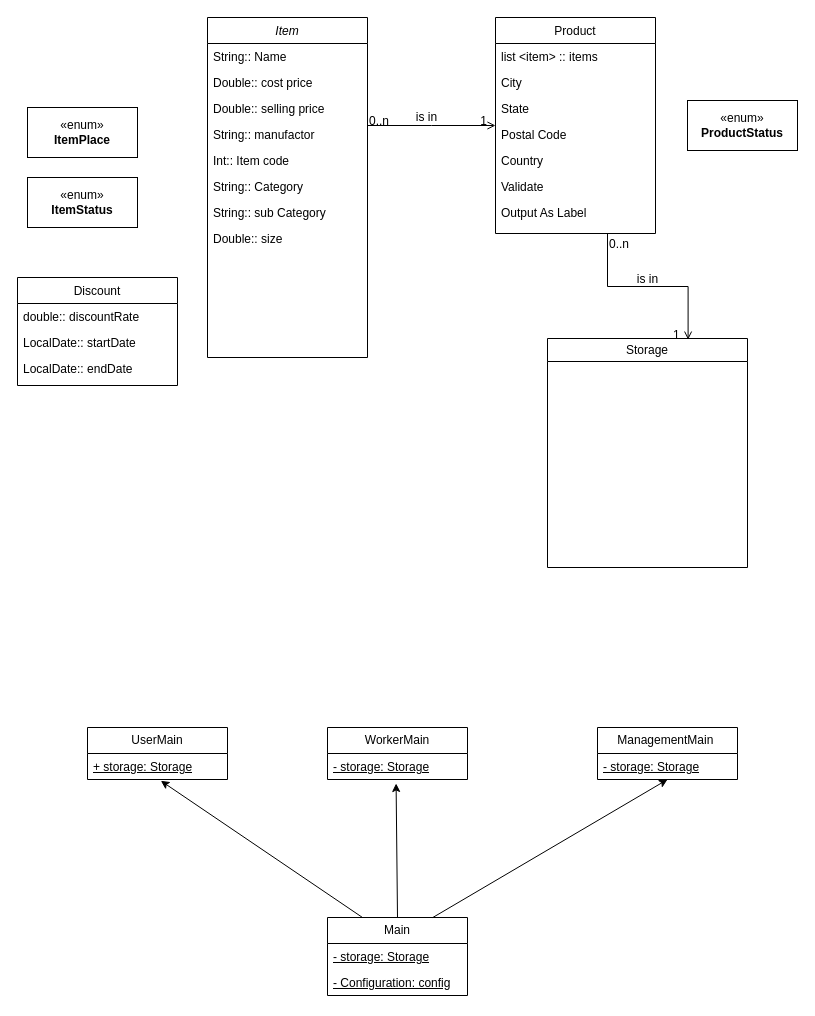
Earlier version of the draw.io diagram page "Page-1" (1 of 2) of dev/storage/src/Classes/Untitled Diagram.drawio (AdvaHalamish/ADSS_Group_DDD_a). Source tidied: cells renumbered, new cells numbered last; positions are measured from the earlier drawing's top-left corner, leaving out a move shared by most shapes. Both pictures are drawn from the tidied source at 100%, with x=0, y=0 at pixel (17, 17).
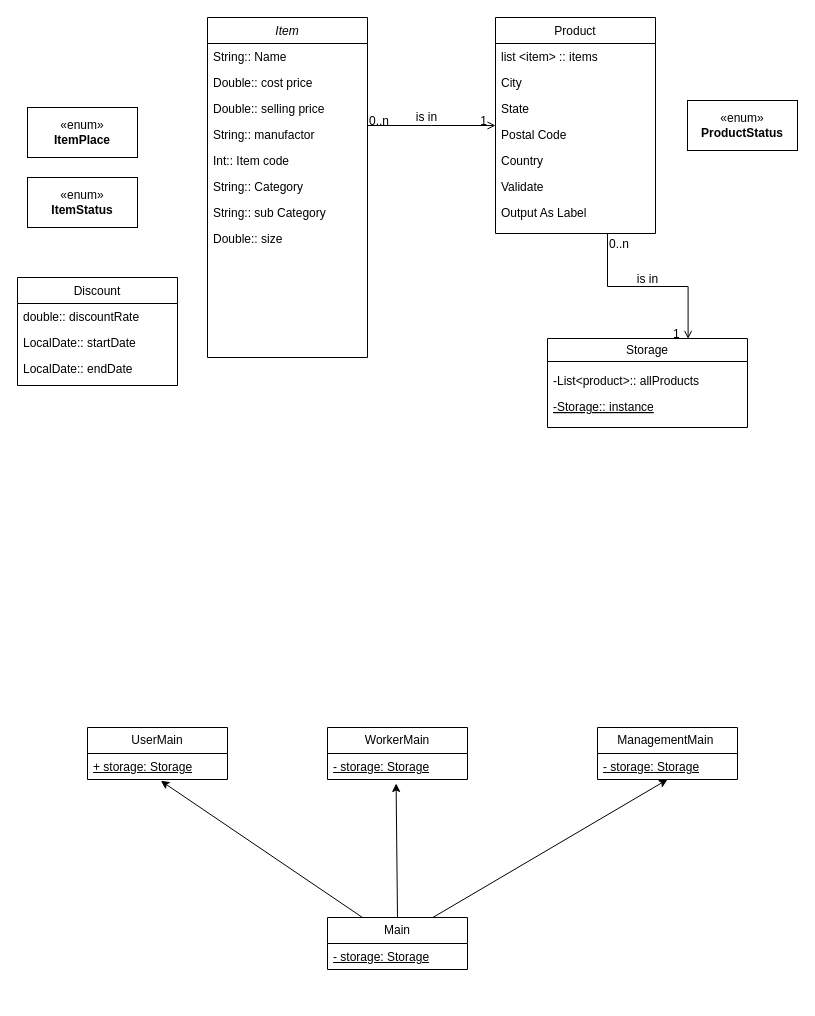
After the change.

Change to the diagram source:
```diff
@@
     <mxCell id="27" value="&lt;span style=&quot;font-weight: normal;&quot;&gt;Storage&lt;/span&gt;" style="swimlane;whiteSpace=wrap;html=1;" parent="1" vertex="1">
-      <mxGeometry x="530" y="321" width="200" height="229" as="geometry" />
+      <mxGeometry x="530" y="321" width="200" height="89" as="geometry" />
     </mxCell>
+    <mxCell id="47" value="-List&lt;product&gt;:: allProducts" style="text;align=left;verticalAlign=top;spacingLeft=4;spacingRight=4;overflow=hidden;rounded=0;shadow=0;html=0;" parent="27" vertex="1">
+      <mxGeometry y="29" width="160" height="26" as="geometry" />
+    </mxCell>
+    <mxCell id="48" value="-Storage:: instance" style="text;align=left;verticalAlign=top;spacingLeft=4;spacingRight=4;overflow=hidden;rounded=0;shadow=0;html=0;fontStyle=4;" parent="27" vertex="1">
+      <mxGeometry y="55" width="160" height="26" as="geometry" />
+    </mxCell>
@@
     <mxCell id="41" value="Main" style="swimlane;fontStyle=0;horizontal=1;startSize=26;fillColor=none;whiteSpace=wrap;html=1;" parent="1" vertex="1">
-      <mxGeometry x="310" y="900" width="140" height="78" as="geometry" />
+      <mxGeometry x="310" y="900" width="140" height="52" as="geometry" />
     </mxCell>
@@
-    <mxCell id="43" value="&lt;u&gt;- Configuration: config&lt;/u&gt;" style="text;strokeColor=none;fillColor=none;align=left;verticalAlign=top;spacingLeft=4;spacingRight=4;overflow=hidden;whiteSpace=wrap;html=1;" parent="41" vertex="1">
-      <mxGeometry y="52" width="140" height="26" as="geometry" />
-    </mxCell>
```
